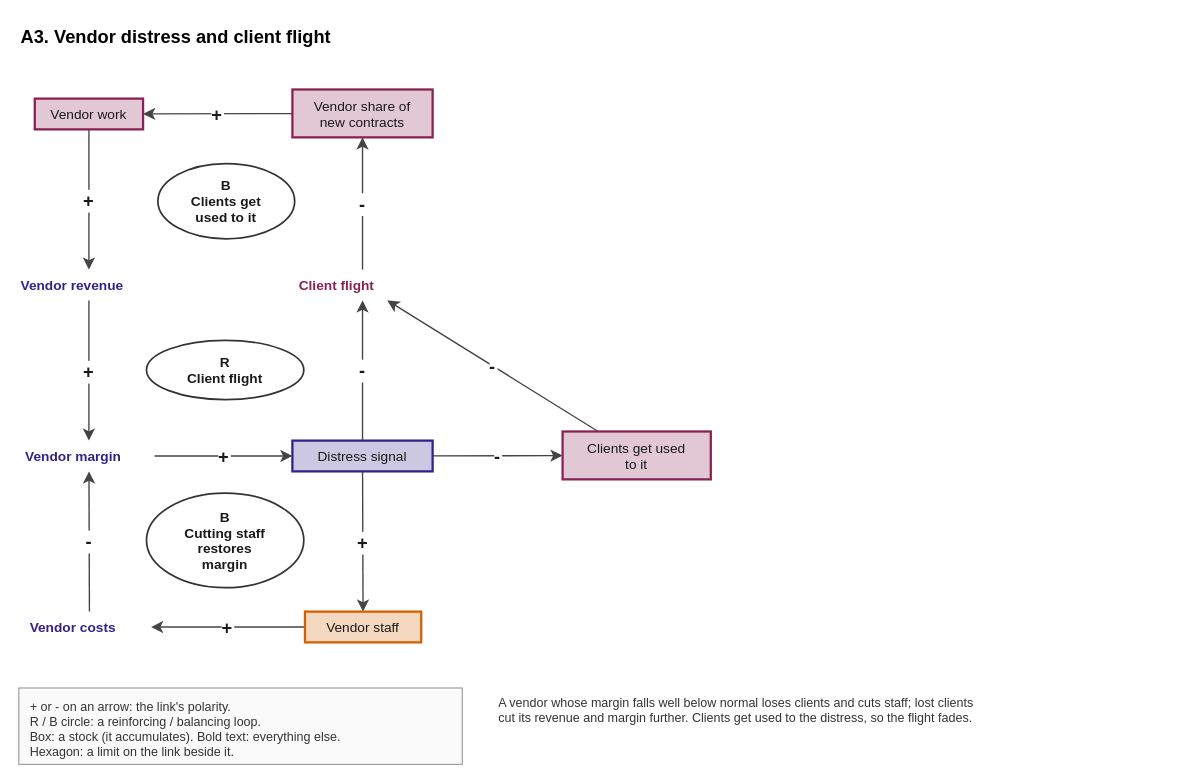
The draw.io diagram docs/model/diagrams/article-a3.drawio in stravoris-tech/ai-it-labour-sim, before the edit. Source tidied: cells renumbered, new cells numbered last; positions are measured from the earlier drawing's top-left corner, leaving out a move shared by most shapes. Both pictures are drawn from the tidied source at 114%, with x=0, y=0 at pixel (18, 18).
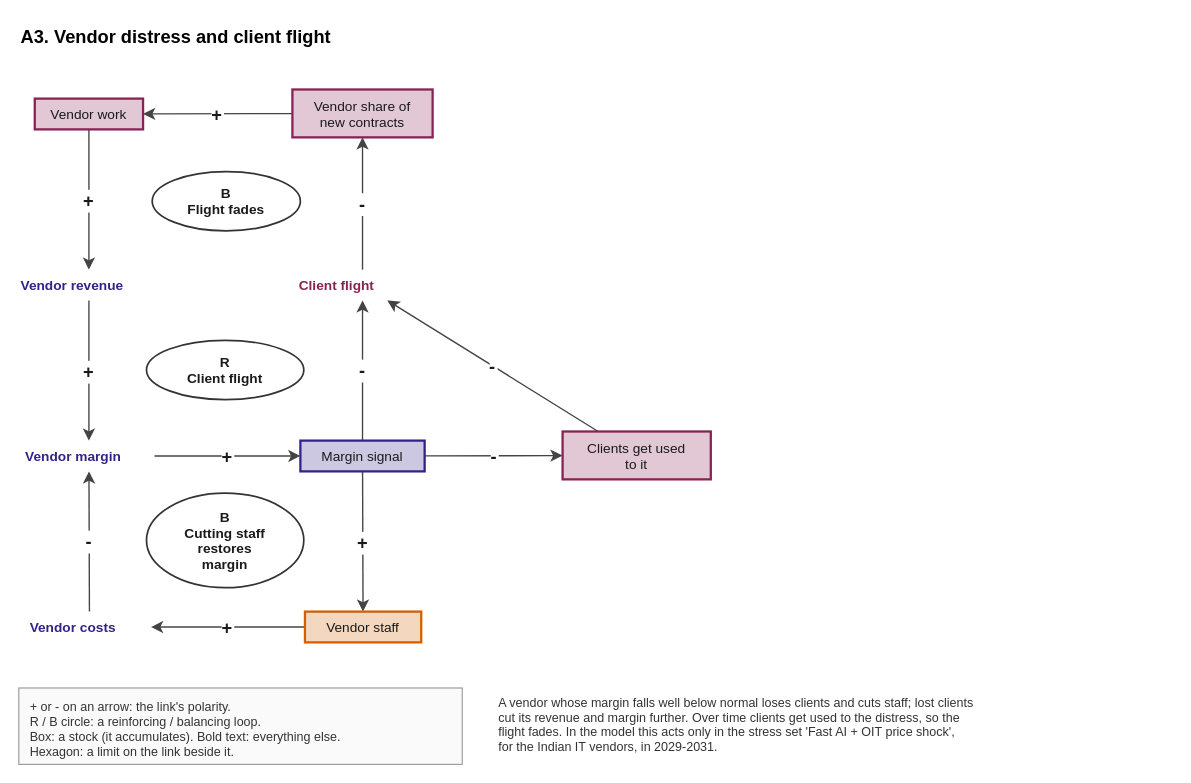
After the change.

The edit, as a diff of the source:
```diff
@@
-    <mxCell id="14" value="Distress signal" style="html=0;fontFamily=Helvetica;fontSize=12;rounded=0;fillColor=#CCC8E1;strokeColor=#332288;strokeWidth=2;fontColor=#1A1A1A;" parent="1" vertex="1">
-      <mxGeometry x="240" y="370" width="123" height="27" as="geometry" />
+    <mxCell id="14" value="Margin signal" style="html=0;fontFamily=Helvetica;fontSize=12;rounded=0;fillColor=#CCC8E1;strokeColor=#332288;strokeWidth=2;fontColor=#1A1A1A;" parent="1" vertex="1">
+      <mxGeometry x="247" y="370" width="109" height="27" as="geometry" />
     </mxCell>
@@
-    <mxCell id="23" value="B&#10;Clients get&#10;used to it" style="html=0;fontFamily=Helvetica;fontSize=12;ellipse;fillColor=#FFFFFF;strokeColor=#333333;strokeWidth=1.5;fontStyle=1;fontColor=#1A1A1A;" parent="1" vertex="1">
-      <mxGeometry x="122" y="127" width="120" height="66" as="geometry" />
+    <mxCell id="23" value="B&#10;Flight fades" style="html=0;fontFamily=Helvetica;fontSize=12;ellipse;fillColor=#FFFFFF;strokeColor=#333333;strokeWidth=1.5;fontStyle=1;fontColor=#1A1A1A;" parent="1" vertex="1">
+      <mxGeometry x="117" y="134" width="130" height="52" as="geometry" />
     </mxCell>
@@
-    <mxCell id="27" value="A vendor whose margin falls well below normal loses clients and cuts staff; lost clients&#10;cut its revenue and margin further. Clients get used to the distress, so the flight fades." style="html=0;fontFamily=Helvetica;fontSize=12;text;align=left;verticalAlign=top;fontSize=11;strokeColor=none;fillColor=none;fontColor=#333333;" parent="1" vertex="1">
-      <mxGeometry x="419" y="587" width="593" height="40" as="geometry" />
+    <mxCell id="27" value="A vendor whose margin falls well below normal loses clients and cuts staff; lost clients&#10;cut its revenue and margin further. Over time clients get used to the distress, so the&#10;flight fades. In the model this acts only in the stress set 'Fast AI + OIT price shock',&#10;for the Indian IT vendors, in 2029-2031." style="html=0;fontFamily=Helvetica;fontSize=12;text;align=left;verticalAlign=top;fontSize=11;strokeColor=none;fillColor=none;fontColor=#333333;" parent="1" vertex="1">
+      <mxGeometry x="419" y="587" width="580" height="67" as="geometry" />
     </mxCell>
```
